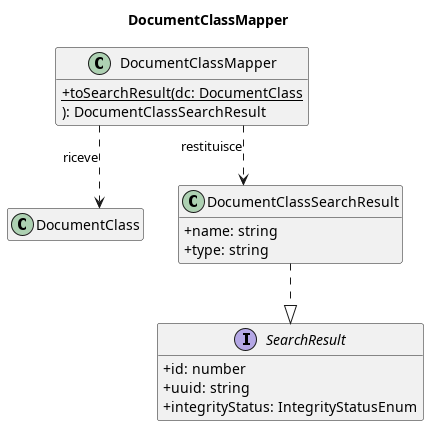
Earlier version of the PlantUML export out/3_PB/DocumentiEsterni/DiagrammiSpecificaTecnica/C4/C4_backend_Search/C4_backend_Search-12.png (7-ZPUs/Docs).
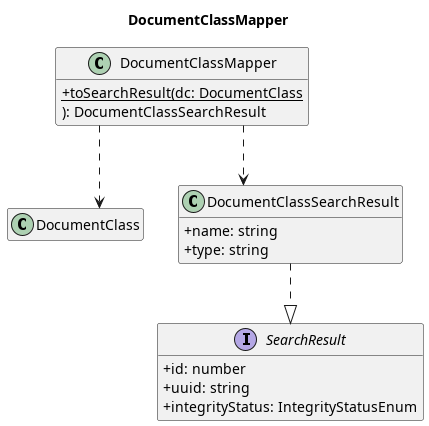
Above is the later version.

Diff of the diagram source:
```diff
@@ -21,7 +21,7 @@
 }
 
 DocumentClassSearchResult ..|> SearchResult
-DocumentClassMapper ..> DocumentClass             : riceve
-DocumentClassMapper ..> DocumentClassSearchResult : restituisce
+DocumentClassMapper ..> DocumentClass
+DocumentClassMapper ..> DocumentClassSearchResult
 
 @enduml
```
